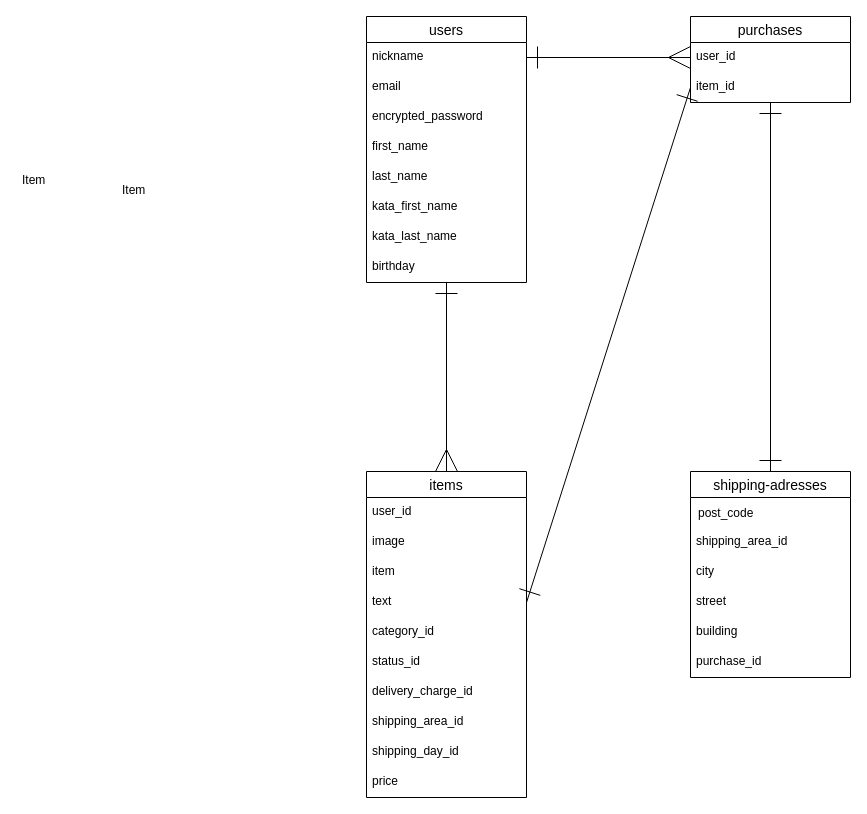
The draw.io diagram page "ページ1" (1 of 2) of test.dio in hiroya-takatsuchi/furima-39964, before the edit. Source tidied: cells renumbered, new cells numbered last; positions are measured from the earlier drawing's top-left corner, leaving out a move shared by most shapes. Both pictures are drawn from the tidied source at 100%, with x=0, y=0 at pixel (16, 16).
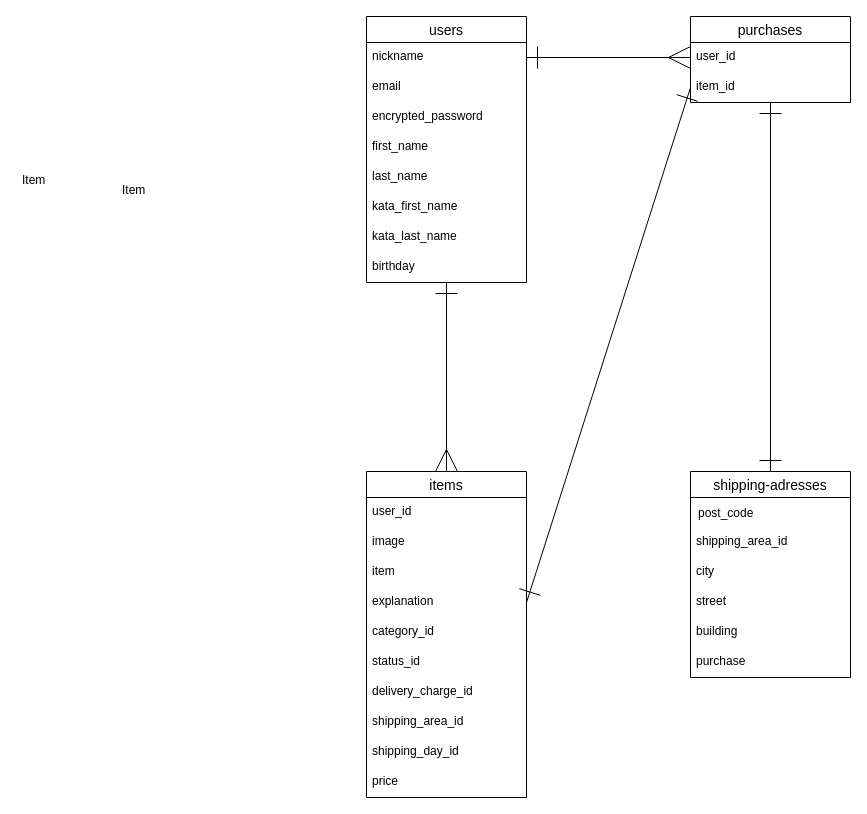
The same page after the edit.

Commit message (it also covers changes not shown here):
データベース設計の修正④

Unchanged cells that the change refers to:
```xml
<mxCell id="12" value="items" style="swimlane;fontStyle=0;horizontal=1;startSize=26;align=center;fontSize=14;" parent="1" vertex="1">
  <mxGeometry x="350" y="455" width="160" height="326" as="geometry" />
</mxCell>
<mxCell id="27" value="shipping-adresses" style="swimlane;fontStyle=0;horizontal=1;startSize=26;align=center;fontSize=14;" parent="1" vertex="1">
  <mxGeometry x="674" y="455" width="160" height="206" as="geometry" />
</mxCell>
```

Diff of the diagram source:
```diff
@@
-    <mxCell id="16" value="text" style="text;strokeColor=none;fillColor=none;spacingLeft=4;spacingRight=4;overflow=hidden;points=[[0,0.5],[1,0.5]];portConstraint=eastwest;fontSize=12;" parent="12" vertex="1">
+    <mxCell id="16" value="explanation" style="text;strokeColor=none;fillColor=none;spacingLeft=4;spacingRight=4;overflow=hidden;points=[[0,0.5],[1,0.5]];portConstraint=eastwest;fontSize=12;" parent="12" vertex="1">
       <mxGeometry y="116" width="160" height="30" as="geometry" />
     </mxCell>
@@
-    <mxCell id="33" value="purchase_id" style="text;strokeColor=none;fillColor=none;spacingLeft=4;spacingRight=4;overflow=hidden;fontSize=12;" parent="27" vertex="1">
+    <mxCell id="33" value="purchase" style="text;strokeColor=none;fillColor=none;spacingLeft=4;spacingRight=4;overflow=hidden;fontSize=12;" parent="27" vertex="1">
       <mxGeometry y="176" width="160" height="30" as="geometry" />
     </mxCell>
```
